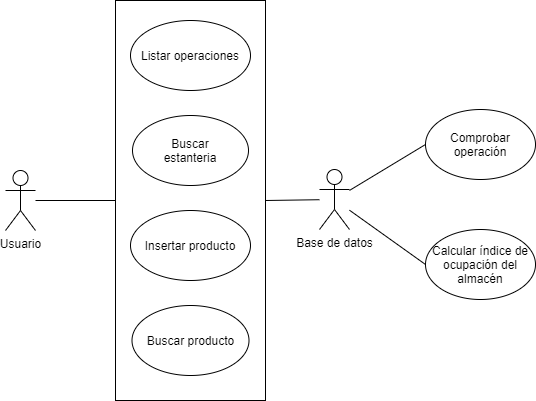
Andreshi153/AlmacenDB keeps this draw.io diagram as diagramas/diagrama-casos-de-uso.png. Above is the earlier version. Source tidied: cells renumbered, new cells last; positions are measured from the earlier drawing's top-left corner, leaving out a move shared by most shapes.
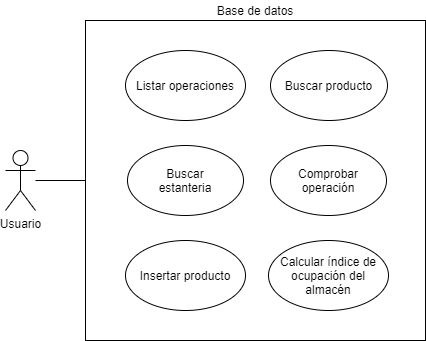
After the change.

Diff of the diagram source:
```diff
@@ -2,44 +2,35 @@
   <root>
     <mxCell id="0" />
     <mxCell id="1" parent="0" />
-    <mxCell id="2" style="rounded=0;whiteSpace=wrap;html=1;" parent="1" vertex="1">
-      <mxGeometry x="110" width="150" height="400" as="geometry" />
-    </mxCell>
-    <mxCell id="3" style="edgeStyle=none;rounded=0;jettySize=auto;html=1;entryX=0;entryY=0.5;entryDx=0;entryDy=0;endArrow=none;endFill=0;" parent="1" edge="1" source="6" target="12">
-      <mxGeometry relative="1" as="geometry" />
-    </mxCell>
-    <mxCell id="4" style="edgeStyle=none;rounded=0;jettySize=auto;html=1;entryX=0;entryY=0.5;entryDx=0;entryDy=0;endArrow=none;endFill=0;" parent="1" edge="1" source="6" target="11">
-      <mxGeometry relative="1" as="geometry" />
-    </mxCell>
-    <mxCell id="5" style="edgeStyle=none;rounded=0;jettySize=auto;html=1;entryX=1;entryY=0.5;entryDx=0;entryDy=0;endArrow=none;endFill=0;" parent="1" edge="1" source="6" target="2">
-      <mxGeometry relative="1" as="geometry" />
-    </mxCell>
-    <mxCell id="6" value="Base de datos" style="shape=umlActor;verticalLabelPosition=bottom;verticalAlign=top;html=1;outlineConnect=0;" parent="1" vertex="1">
-      <mxGeometry x="314" y="169" width="30" height="60" as="geometry" />
-    </mxCell>
-    <mxCell id="7" style="edgeStyle=none;rounded=0;jettySize=auto;html=1;entryX=0;entryY=0.5;entryDx=0;entryDy=0;endArrow=none;endFill=0;" parent="1" edge="1" source="8" target="2">
-      <mxGeometry relative="1" as="geometry" />
-    </mxCell>
+    <mxCell id="15" style="edgeStyle=none;rounded=0;jettySize=auto;html=1;endArrow=none;endFill=0;" parent="1" edge="1" source="8" target="16">
+      <mxGeometry relative="1" as="geometry" />
+    </mxCell>
     <mxCell id="8" value="Usuario" style="shape=umlActor;verticalLabelPosition=bottom;verticalAlign=top;html=1;outlineConnect=0;" parent="1" vertex="1">
-      <mxGeometry y="170" width="30" height="60" as="geometry" />
+      <mxGeometry x="10" y="80" width="30" height="60" as="geometry" />
     </mxCell>
     <mxCell id="9" value="Buscar producto" style="ellipse;whiteSpace=wrap;html=1;" parent="1" vertex="1">
-      <mxGeometry x="126.5" y="305" width="117" height="70" as="geometry" />
+      <mxGeometry x="275" y="-20" width="117" height="70" as="geometry" />
     </mxCell>
     <mxCell id="10" value="Insertar producto" style="ellipse;whiteSpace=wrap;html=1;" parent="1" vertex="1">
-      <mxGeometry x="125" y="210" width="120" height="70" as="geometry" />
+      <mxGeometry x="130" y="170" width="120" height="70" as="geometry" />
     </mxCell>
     <mxCell id="11" value="Calcular índice de ocupación del almacén" style="ellipse;whiteSpace=wrap;html=1;" parent="1" vertex="1">
-      <mxGeometry x="420" y="229" width="110" height="70" as="geometry" />
+      <mxGeometry x="273" y="170" width="120" height="70" as="geometry" />
     </mxCell>
     <mxCell id="12" value="Comprobar operación" style="ellipse;whiteSpace=wrap;html=1;" parent="1" vertex="1">
-      <mxGeometry x="420" y="109" width="110" height="70" as="geometry" />
+      <mxGeometry x="275" y="75" width="116" height="70" as="geometry" />
     </mxCell>
     <mxCell id="13" value="&lt;div&gt;Buscar&lt;/div&gt;&lt;div&gt;estanteria&lt;br&gt;&lt;/div&gt;" style="ellipse;whiteSpace=wrap;html=1;" parent="1" vertex="1">
-      <mxGeometry x="127" y="115" width="116" height="70" as="geometry" />
+      <mxGeometry x="132" y="75" width="116" height="70" as="geometry" />
     </mxCell>
     <mxCell id="14" value="&lt;div&gt;Listar operaciones&lt;/div&gt;" style="ellipse;whiteSpace=wrap;html=1;" parent="1" vertex="1">
-      <mxGeometry x="125" y="20" width="120" height="70" as="geometry" />
+      <mxGeometry x="130" y="-20" width="120" height="70" as="geometry" />
     </mxCell>
+    <mxCell id="16" style="rounded=0;whiteSpace=wrap;html=1;gradientColor=#ffffff;fillColor=none;" parent="1" vertex="1">
+      <mxGeometry x="90" y="-50" width="340" height="320" as="geometry" />
+    </mxCell>
+    <mxCell id="6" value="Base de datos" style="text;html=1;strokeColor=none;fillColor=none;align=center;verticalAlign=middle;whiteSpace=wrap;rounded=0;" parent="1" vertex="1">
+      <mxGeometry x="220" y="-70" width="80" height="20" as="geometry" />
+    </mxCell>
   </root>
 </mxGraphModel>
```
